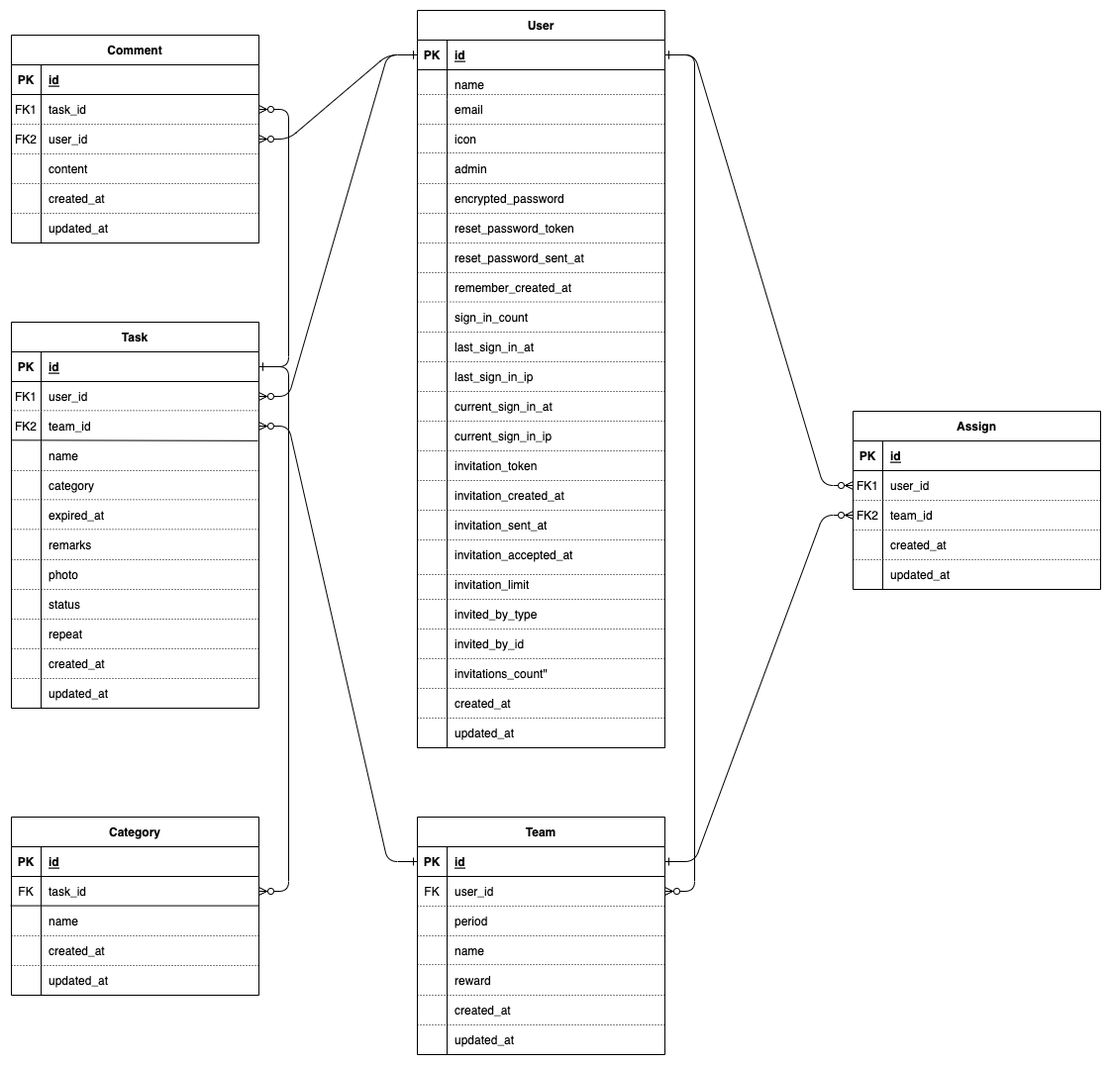
Earlier version of the draw.io export img/ER図.png (Asumi8/TOPPA). Source tidied: cells renumbered, new cells last; positions are measured from the earlier drawing's top-left corner, leaving out a move shared by most shapes.
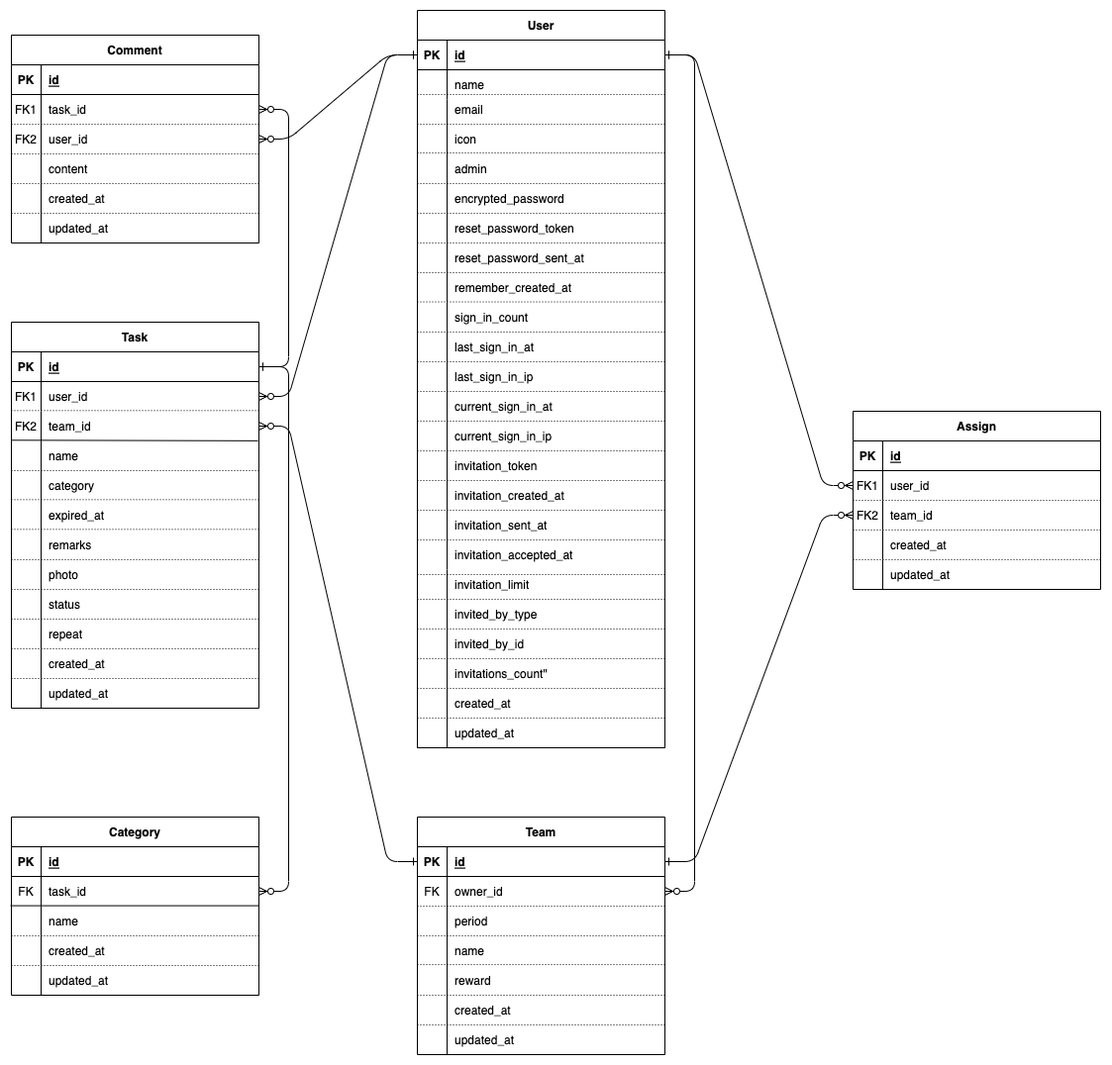
Later version of the same file.

The edit, as a diff of the source:
```diff
@@ -71,7 +71,7 @@
     <mxCell id="24" style="shape=partialRectangle;overflow=hidden;fillColor=none;top=0;left=0;bottom=0;right=0;" parent="23" vertex="1">
       <mxGeometry width="30" height="30" as="geometry" />
     </mxCell>
-    <mxCell id="25" value="user_id" style="shape=partialRectangle;overflow=hidden;fillColor=none;top=0;left=0;bottom=0;right=0;align=left;spacingLeft=6;" parent="23" vertex="1">
+    <mxCell id="25" value="owner_id" style="shape=partialRectangle;overflow=hidden;fillColor=none;top=0;left=0;bottom=0;right=0;align=left;spacingLeft=6;" parent="23" vertex="1">
       <mxGeometry x="30" width="220" height="30" as="geometry" />
     </mxCell>
     <mxCell id="26" style="shape=partialRectangle;fillColor=none;top=0;left=0;right=0;bottom=0;" parent="19" vertex="1">
```
